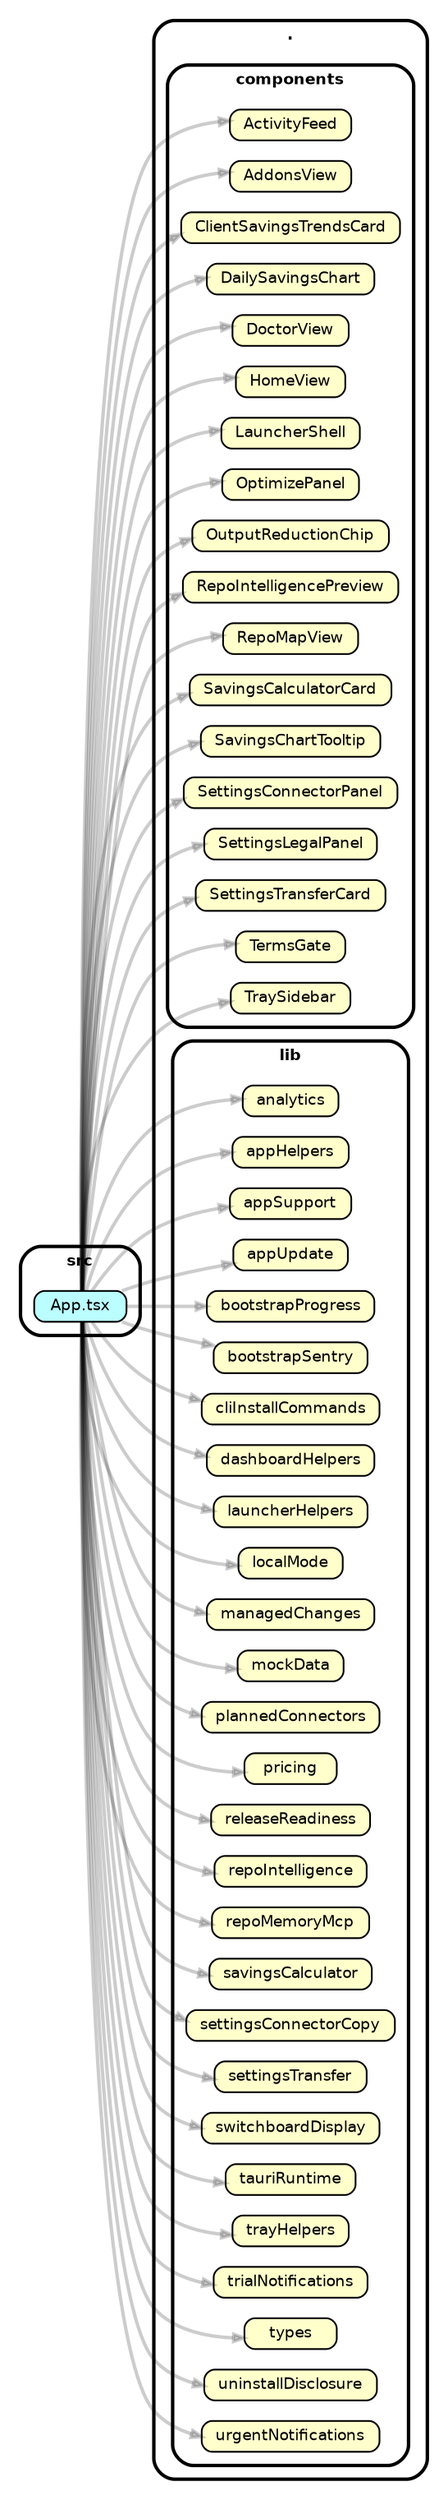
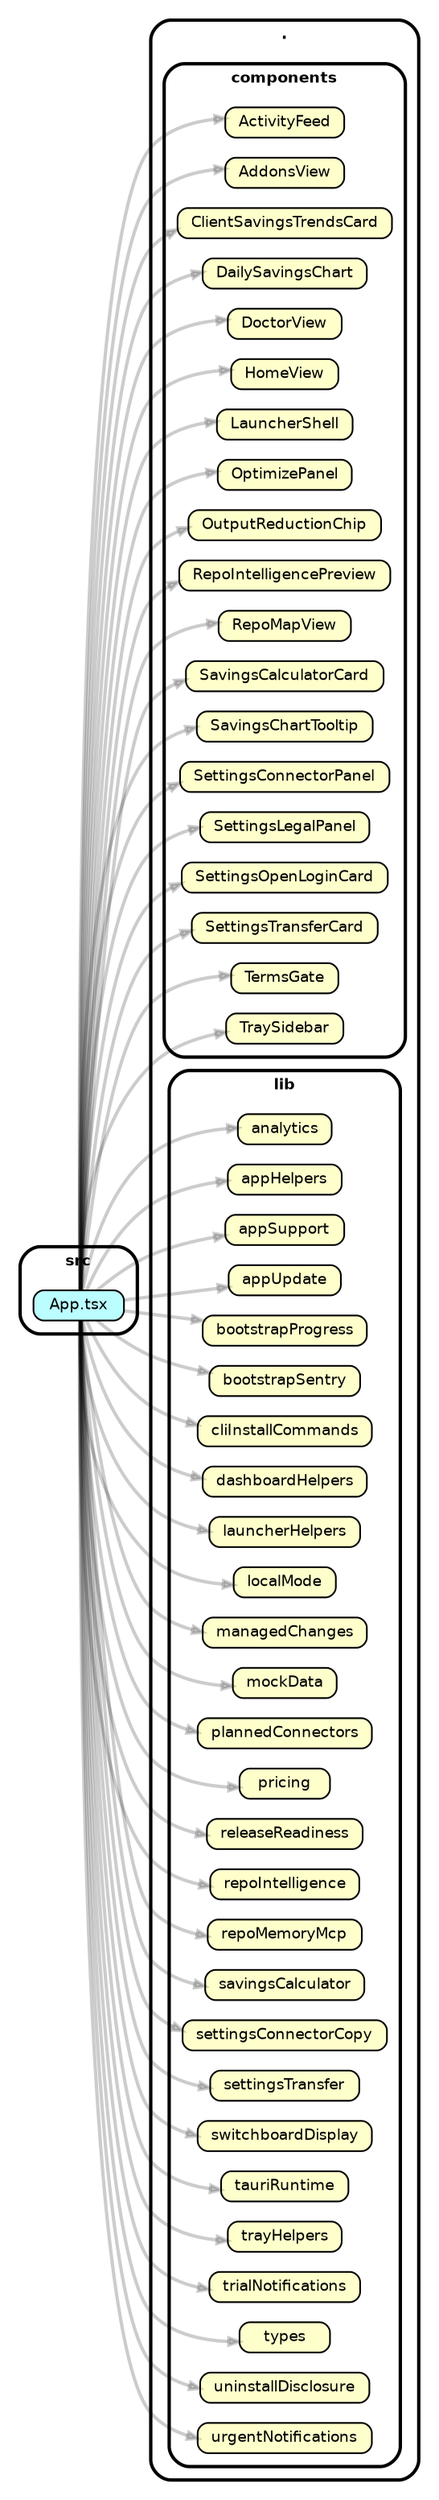
strict digraph "dependency-cruiser output"{
    rankdir="LR" splines="true" overlap="false" nodesep="0.16" ranksep="0.18" fontname="Helvetica-bold" fontsize="9" style="rounded,bold,filled" fillcolor="#ffffff" compound="true"
    node [shape="box" style="rounded, filled" height="0.2" color="black" fillcolor="#ffffcc" fontcolor="black" fontname="Helvetica" fontsize="9"]
    edge [arrowhead="normal" arrowsize="0.6" penwidth="2.0" color="#00000033" fontname="Helvetica" fontsize="9"]

    subgraph "cluster_." {label="." subgraph "cluster_./components" {label="components" "./components/ActivityFeed" [label=<ActivityFeed> tooltip="ActivityFeed" ] } }
    subgraph "cluster_." {label="." subgraph "cluster_./components" {label="components" "./components/AddonsView" [label=<AddonsView> tooltip="AddonsView" ] } }
    subgraph "cluster_." {label="." subgraph "cluster_./components" {label="components" "./components/ClientSavingsTrendsCard" [label=<ClientSavingsTrendsCard> tooltip="ClientSavingsTrendsCard" ] } }
    subgraph "cluster_." {label="." subgraph "cluster_./components" {label="components" "./components/DailySavingsChart" [label=<DailySavingsChart> tooltip="DailySavingsChart" ] } }
    subgraph "cluster_." {label="." subgraph "cluster_./components" {label="components" "./components/DoctorView" [label=<DoctorView> tooltip="DoctorView" ] } }
    subgraph "cluster_." {label="." subgraph "cluster_./components" {label="components" "./components/HomeView" [label=<HomeView> tooltip="HomeView" ] } }
    subgraph "cluster_." {label="." subgraph "cluster_./components" {label="components" "./components/LauncherShell" [label=<LauncherShell> tooltip="LauncherShell" ] } }
    subgraph "cluster_." {label="." subgraph "cluster_./components" {label="components" "./components/OptimizePanel" [label=<OptimizePanel> tooltip="OptimizePanel" ] } }
    subgraph "cluster_." {label="." subgraph "cluster_./components" {label="components" "./components/OutputReductionChip" [label=<OutputReductionChip> tooltip="OutputReductionChip" ] } }
    subgraph "cluster_." {label="." subgraph "cluster_./components" {label="components" "./components/RepoIntelligencePreview" [label=<RepoIntelligencePreview> tooltip="RepoIntelligencePreview" ] } }
    subgraph "cluster_." {label="." subgraph "cluster_./components" {label="components" "./components/RepoMapView" [label=<RepoMapView> tooltip="RepoMapView" ] } }
    subgraph "cluster_." {label="." subgraph "cluster_./components" {label="components" "./components/SavingsCalculatorCard" [label=<SavingsCalculatorCard> tooltip="SavingsCalculatorCard" ] } }
    subgraph "cluster_." {label="." subgraph "cluster_./components" {label="components" "./components/SavingsChartTooltip" [label=<SavingsChartTooltip> tooltip="SavingsChartTooltip" ] } }
    subgraph "cluster_." {label="." subgraph "cluster_./components" {label="components" "./components/SettingsConnectorPanel" [label=<SettingsConnectorPanel> tooltip="SettingsConnectorPanel" ] } }
    subgraph "cluster_." {label="." subgraph "cluster_./components" {label="components" "./components/SettingsLegalPanel" [label=<SettingsLegalPanel> tooltip="SettingsLegalPanel" ] } }
+     subgraph "cluster_." {label="." subgraph "cluster_./components" {label="components" "./components/SettingsOpenLoginCard" [label=<SettingsOpenLoginCard> tooltip="SettingsOpenLoginCard" ] } }
    subgraph "cluster_." {label="." subgraph "cluster_./components" {label="components" "./components/SettingsTransferCard" [label=<SettingsTransferCard> tooltip="SettingsTransferCard" ] } }
    subgraph "cluster_." {label="." subgraph "cluster_./components" {label="components" "./components/TermsGate" [label=<TermsGate> tooltip="TermsGate" ] } }
    subgraph "cluster_." {label="." subgraph "cluster_./components" {label="components" "./components/TraySidebar" [label=<TraySidebar> tooltip="TraySidebar" ] } }
    subgraph "cluster_." {label="." subgraph "cluster_./lib" {label="lib" "./lib/analytics" [label=<analytics> tooltip="analytics" ] } }
    subgraph "cluster_." {label="." subgraph "cluster_./lib" {label="lib" "./lib/appHelpers" [label=<appHelpers> tooltip="appHelpers" ] } }
    subgraph "cluster_." {label="." subgraph "cluster_./lib" {label="lib" "./lib/appSupport" [label=<appSupport> tooltip="appSupport" ] } }
    subgraph "cluster_." {label="." subgraph "cluster_./lib" {label="lib" "./lib/appUpdate" [label=<appUpdate> tooltip="appUpdate" ] } }
    subgraph "cluster_." {label="." subgraph "cluster_./lib" {label="lib" "./lib/bootstrapProgress" [label=<bootstrapProgress> tooltip="bootstrapProgress" ] } }
    subgraph "cluster_." {label="." subgraph "cluster_./lib" {label="lib" "./lib/bootstrapSentry" [label=<bootstrapSentry> tooltip="bootstrapSentry" ] } }
    subgraph "cluster_." {label="." subgraph "cluster_./lib" {label="lib" "./lib/cliInstallCommands" [label=<cliInstallCommands> tooltip="cliInstallCommands" ] } }
    subgraph "cluster_." {label="." subgraph "cluster_./lib" {label="lib" "./lib/dashboardHelpers" [label=<dashboardHelpers> tooltip="dashboardHelpers" ] } }
    subgraph "cluster_." {label="." subgraph "cluster_./lib" {label="lib" "./lib/launcherHelpers" [label=<launcherHelpers> tooltip="launcherHelpers" ] } }
    subgraph "cluster_." {label="." subgraph "cluster_./lib" {label="lib" "./lib/localMode" [label=<localMode> tooltip="localMode" ] } }
    subgraph "cluster_." {label="." subgraph "cluster_./lib" {label="lib" "./lib/managedChanges" [label=<managedChanges> tooltip="managedChanges" ] } }
    subgraph "cluster_." {label="." subgraph "cluster_./lib" {label="lib" "./lib/mockData" [label=<mockData> tooltip="mockData" ] } }
    subgraph "cluster_." {label="." subgraph "cluster_./lib" {label="lib" "./lib/plannedConnectors" [label=<plannedConnectors> tooltip="plannedConnectors" ] } }
    subgraph "cluster_." {label="." subgraph "cluster_./lib" {label="lib" "./lib/pricing" [label=<pricing> tooltip="pricing" ] } }
    subgraph "cluster_." {label="." subgraph "cluster_./lib" {label="lib" "./lib/releaseReadiness" [label=<releaseReadiness> tooltip="releaseReadiness" ] } }
    subgraph "cluster_." {label="." subgraph "cluster_./lib" {label="lib" "./lib/repoIntelligence" [label=<repoIntelligence> tooltip="repoIntelligence" ] } }
    subgraph "cluster_." {label="." subgraph "cluster_./lib" {label="lib" "./lib/repoMemoryMcp" [label=<repoMemoryMcp> tooltip="repoMemoryMcp" ] } }
    subgraph "cluster_." {label="." subgraph "cluster_./lib" {label="lib" "./lib/savingsCalculator" [label=<savingsCalculator> tooltip="savingsCalculator" ] } }
    subgraph "cluster_." {label="." subgraph "cluster_./lib" {label="lib" "./lib/settingsConnectorCopy" [label=<settingsConnectorCopy> tooltip="settingsConnectorCopy" ] } }
    subgraph "cluster_." {label="." subgraph "cluster_./lib" {label="lib" "./lib/settingsTransfer" [label=<settingsTransfer> tooltip="settingsTransfer" ] } }
    subgraph "cluster_." {label="." subgraph "cluster_./lib" {label="lib" "./lib/switchboardDisplay" [label=<switchboardDisplay> tooltip="switchboardDisplay" ] } }
    subgraph "cluster_." {label="." subgraph "cluster_./lib" {label="lib" "./lib/tauriRuntime" [label=<tauriRuntime> tooltip="tauriRuntime" ] } }
    subgraph "cluster_." {label="." subgraph "cluster_./lib" {label="lib" "./lib/trayHelpers" [label=<trayHelpers> tooltip="trayHelpers" ] } }
    subgraph "cluster_." {label="." subgraph "cluster_./lib" {label="lib" "./lib/trialNotifications" [label=<trialNotifications> tooltip="trialNotifications" ] } }
    subgraph "cluster_." {label="." subgraph "cluster_./lib" {label="lib" "./lib/types" [label=<types> tooltip="types" ] } }
    subgraph "cluster_." {label="." subgraph "cluster_./lib" {label="lib" "./lib/uninstallDisclosure" [label=<uninstallDisclosure> tooltip="uninstallDisclosure" ] } }
    subgraph "cluster_." {label="." subgraph "cluster_./lib" {label="lib" "./lib/urgentNotifications" [label=<urgentNotifications> tooltip="urgentNotifications" ] } }
    subgraph "cluster_src" {label="src" "src/App.tsx" [label=<App.tsx> tooltip="App.tsx" URL="src/App.tsx" fillcolor="#bbfeff"] }
    "src/App.tsx" -> "./components/ActivityFeed"
    "src/App.tsx" -> "./components/AddonsView"
    "src/App.tsx" -> "./components/ClientSavingsTrendsCard"
    "src/App.tsx" -> "./components/DailySavingsChart"
    "src/App.tsx" -> "./components/DoctorView"
    "src/App.tsx" -> "./components/HomeView"
    "src/App.tsx" -> "./components/LauncherShell"
    "src/App.tsx" -> "./components/OptimizePanel"
    "src/App.tsx" -> "./components/OutputReductionChip"
    "src/App.tsx" -> "./components/RepoIntelligencePreview"
    "src/App.tsx" -> "./components/RepoMapView"
    "src/App.tsx" -> "./components/SavingsCalculatorCard"
    "src/App.tsx" -> "./components/SavingsChartTooltip"
    "src/App.tsx" -> "./components/SettingsConnectorPanel"
    "src/App.tsx" -> "./components/SettingsLegalPanel"
+     "src/App.tsx" -> "./components/SettingsOpenLoginCard"
    "src/App.tsx" -> "./components/SettingsTransferCard"
    "src/App.tsx" -> "./components/TermsGate"
    "src/App.tsx" -> "./components/TraySidebar"
    "src/App.tsx" -> "./lib/analytics"
    "src/App.tsx" -> "./lib/appHelpers"
    "src/App.tsx" -> "./lib/appSupport"
    "src/App.tsx" -> "./lib/appUpdate"
    "src/App.tsx" -> "./lib/bootstrapProgress"
    "src/App.tsx" -> "./lib/bootstrapSentry"
    "src/App.tsx" -> "./lib/cliInstallCommands"
    "src/App.tsx" -> "./lib/dashboardHelpers"
    "src/App.tsx" -> "./lib/launcherHelpers"
    "src/App.tsx" -> "./lib/localMode"
    "src/App.tsx" -> "./lib/managedChanges"
    "src/App.tsx" -> "./lib/mockData"
    "src/App.tsx" -> "./lib/plannedConnectors"
    "src/App.tsx" -> "./lib/pricing"
    "src/App.tsx" -> "./lib/releaseReadiness"
    "src/App.tsx" -> "./lib/repoIntelligence"
    "src/App.tsx" -> "./lib/repoMemoryMcp"
    "src/App.tsx" -> "./lib/savingsCalculator"
    "src/App.tsx" -> "./lib/settingsConnectorCopy"
    "src/App.tsx" -> "./lib/settingsTransfer"
    "src/App.tsx" -> "./lib/switchboardDisplay"
    "src/App.tsx" -> "./lib/tauriRuntime"
    "src/App.tsx" -> "./lib/trayHelpers"
    "src/App.tsx" -> "./lib/trialNotifications"
    "src/App.tsx" -> "./lib/types"
    "src/App.tsx" -> "./lib/uninstallDisclosure"
    "src/App.tsx" -> "./lib/urgentNotifications"
}
